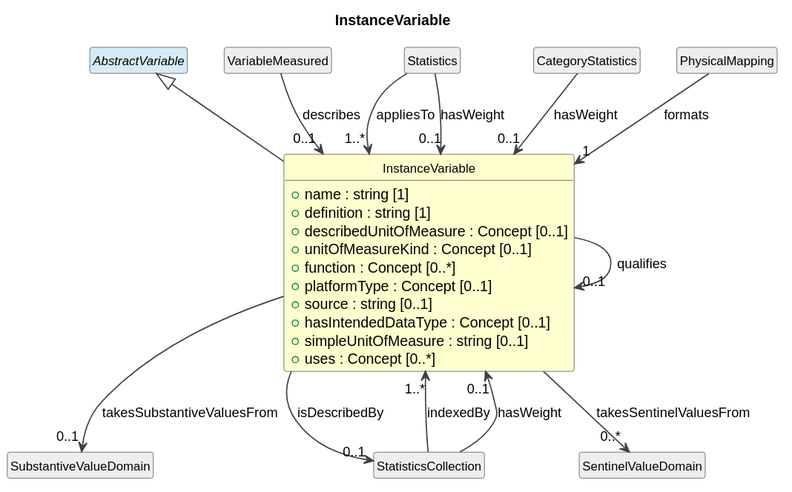
This is cdif-uml-model/CDIFDataStructure/Classes/InstanceVariable.svg from Cross-Domain-Interoperability-Framework/metadataBuildingBlocks, a PlantUML export, as it was before one commit.
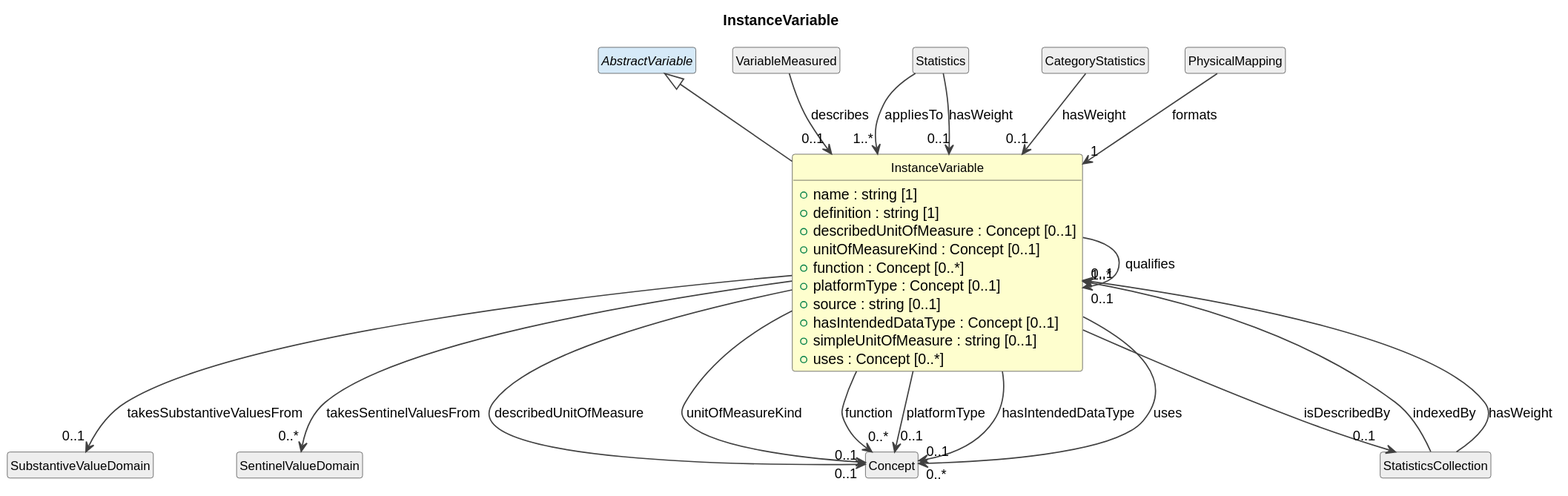
The same diagram one commit later.

What changed in the source:
```diff
@@ -42,4 +42,11 @@
 StatisticsCollection --> "0..1" InstanceVariable : hasWeight
 class "PhysicalMapping" as PhysicalMapping #EEEEEE
 PhysicalMapping --> "1" InstanceVariable : formats
+class "Concept" as Concept #EEEEEE
+InstanceVariable --> "0..1" Concept : describedUnitOfMeasure
+InstanceVariable --> "0..1" Concept : unitOfMeasureKind
+InstanceVariable --> "0..*" Concept : function
+InstanceVariable --> "0..1" Concept : platformType
+InstanceVariable --> "0..1" Concept : hasIntendedDataType
+InstanceVariable --> "0..*" Concept : uses
 @enduml
```
